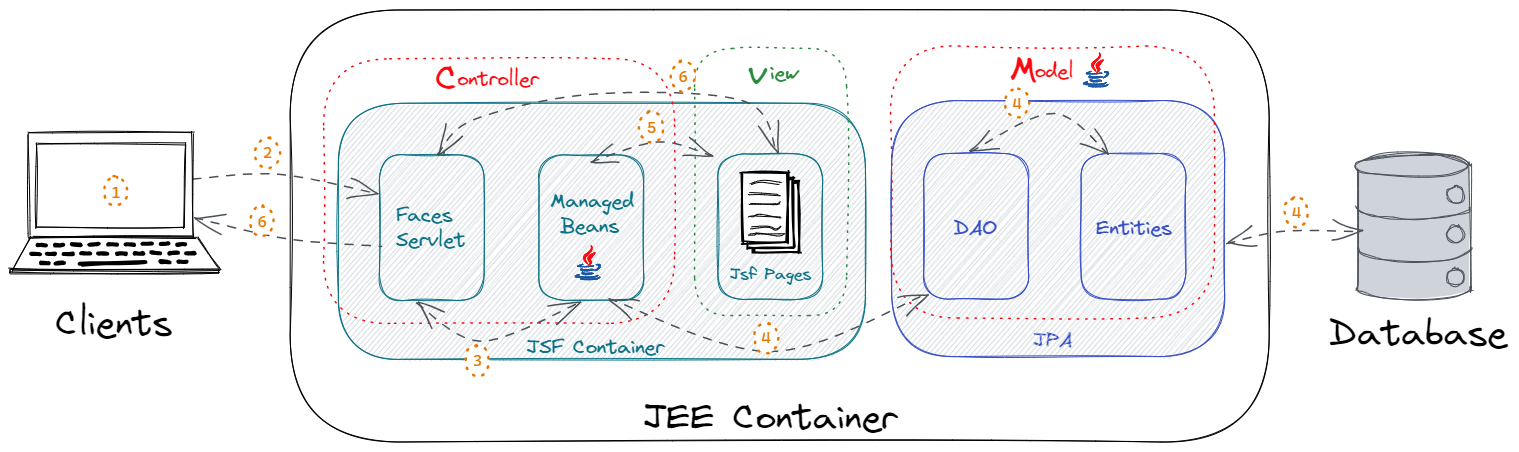
malouu/Diag_JEE keeps this Excalidraw diagram as MVC.excalidraw.png. Above is the earlier version. Source tidied: one line per element, renumbered; positions are measured from the earlier drawing's top-left corner, leaving out a move shared by most shapes.
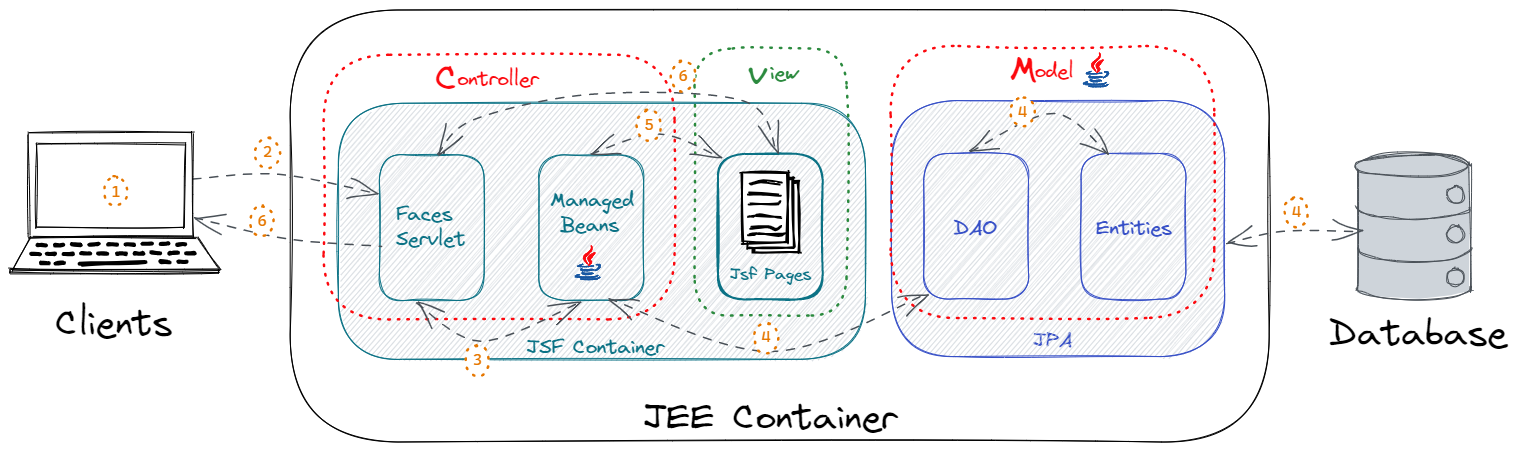
The same file after the commit.

What changed in the source:
```diff
@@ -13,6 +13,6 @@
 {"id": 12, "type": "text", "text": "Entities", "strokeColor": "#364fc7", "strokeWidth": 1, "roughness": 1, "fontSize": 20, "fontFamily": 1, "x": 1086, "y": 206, "width": 78, "height": 25}
-{"id": 13, "type": "text", "text": "JEE Container", "strokeColor": "#000000", "backgroundColor": "#ced4da", "fillStyle": "hachure", "strokeWidth": 1, "roughness": 1, "fontSize": 36, "fontFamily": 1, "x": 633, "y": 386, "width": 256, "height": 45}
+{"id": 13, "type": "text", "text": "JEE Container", "strokeColor": "#000000", "backgroundColor": "#ced4da", "fillStyle": "hachure", "strokeWidth": 1, "roughness": 1, "fontSize": 36, "fontFamily": 1, "x": 633, "y": 386, "width": 256, "height": 46}
-{"id": 14, "type": "rectangle", "strokeColor": "#fc090f", "strokeWidth": 1, "strokeStyle": "dotted", "roughness": 1, "x": 314, "y": 49, "width": 351, "height": 265}
+{"id": 14, "type": "rectangle", "strokeColor": "#fc090f", "strokeWidth": 2, "strokeStyle": "dotted", "roughness": 1, "x": 314, "y": 45, "width": 351, "height": 265}
 {"id": 15, "type": "text", "text": "ontroller", "strokeColor": "#fc090f", "strokeWidth": 1, "strokeStyle": "dotted", "roughness": 1, "fontSize": 20, "fontFamily": 1, "x": 447, "y": 57, "width": 83, "height": 25}
-{"id": 16, "type": "text", "text": "C", "strokeColor": "#fc090f", "strokeWidth": 1, "strokeStyle": "dotted", "roughness": 1, "fontSize": 36, "fontFamily": 1, "x": 425, "y": 47, "width": 25, "height": 45}
+{"id": 16, "type": "text", "text": "C", "strokeColor": "#fc090f", "strokeWidth": 1, "strokeStyle": "dotted", "roughness": 1, "fontSize": 36, "fontFamily": 1, "x": 425, "y": 47, "width": 25, "height": 46}
 {"id": 17, "type": "rectangle", "strokeColor": "#000000", "backgroundColor": "#fff", "fillStyle": "solid", "strokeWidth": 2, "roughness": 1, "x": 743, "y": 173, "width": 46, "height": 70}
@@ -20,14 +20,14 @@
 {"id": 19, "type": "rectangle", "strokeColor": "#000000", "backgroundColor": "#fff", "fillStyle": "solid", "strokeWidth": 2, "roughness": 1, "x": 732, "y": 163, "width": 46, "height": 70}
-{"id": 20, "type": "line", "strokeColor": "#000000", "backgroundColor": "#fff", "fillStyle": "solid", "strokeWidth": 1, "roughness": 1, "x": 740, "y": 194, "width": 30, "height": 2, "points": [[0, 0], [26, 0], [30, -2]]}
+{"id": 20, "type": "line", "strokeColor": "#000000", "backgroundColor": "#fff", "fillStyle": "solid", "strokeWidth": 2, "roughness": 1, "x": 740, "y": 194, "width": 30, "height": 2, "points": [[0, 0], [26, 0], [30, -2]]}
-{"id": 21, "type": "line", "strokeColor": "#000000", "backgroundColor": "#fff", "fillStyle": "solid", "strokeWidth": 1, "roughness": 1, "x": 741, "y": 174, "width": 30, "height": 2, "points": [[0, 0], [11, -2], [30, 0]]}
+{"id": 21, "type": "line", "strokeColor": "#000000", "backgroundColor": "#fff", "fillStyle": "solid", "strokeWidth": 2, "roughness": 1, "x": 741, "y": 174, "width": 30, "height": 2, "points": [[0, 0], [11, -2], [30, 0]]}
-{"id": 22, "type": "line", "strokeColor": "#000000", "backgroundColor": "#fff", "fillStyle": "solid", "strokeWidth": 1, "roughness": 1, "x": 741, "y": 218, "width": 31, "height": 3, "points": [[0, 0], [17, 0], [24, 2], [31, -1]]}
+{"id": 22, "type": "line", "strokeColor": "#000000", "backgroundColor": "#fff", "fillStyle": "solid", "strokeWidth": 2, "roughness": 1, "x": 741, "y": 218, "width": 31, "height": 3, "points": [[0, 0], [17, 0], [24, 2], [31, -1]]}
-{"id": 23, "type": "line", "strokeColor": "#000000", "backgroundColor": "#fff", "fillStyle": "solid", "strokeWidth": 1, "roughness": 1, "x": 739, "y": 225, "width": 35, "height": 2, "points": [[0, 0], [7, -1], [10, -1], [30, 0], [35, -1]]}
+{"id": 23, "type": "line", "strokeColor": "#000000", "backgroundColor": "#fff", "fillStyle": "solid", "strokeWidth": 2, "roughness": 1, "x": 739, "y": 225, "width": 35, "height": 2, "points": [[0, 0], [7, -1], [10, -1], [30, 0], [35, -1]]}
-{"id": 24, "type": "line", "strokeColor": "#000000", "backgroundColor": "#fff", "fillStyle": "solid", "strokeWidth": 1, "roughness": 1, "x": 739, "y": 184, "width": 30, "height": 2, "points": [[0, 0], [12, 0], [30, 1]]}
+{"id": 24, "type": "line", "strokeColor": "#000000", "backgroundColor": "#fff", "fillStyle": "solid", "strokeWidth": 2, "roughness": 1, "x": 739, "y": 184, "width": 30, "height": 2, "points": [[0, 0], [12, 0], [30, 1]]}
-{"id": 25, "type": "line", "strokeColor": "#000000", "backgroundColor": "#fff", "fillStyle": "solid", "strokeWidth": 1, "roughness": 1, "x": 739, "y": 206, "width": 30, "height": 2, "points": [[0, 0], [5, 1], [12, 0], [30, 1]]}
+{"id": 25, "type": "line", "strokeColor": "#000000", "backgroundColor": "#fff", "fillStyle": "solid", "strokeWidth": 2, "roughness": 1, "x": 739, "y": 206, "width": 30, "height": 2, "points": [[0, 0], [5, 1], [12, 0], [30, 1]]}
-{"id": 26, "type": "rectangle", "strokeColor": "#0b7285", "strokeWidth": 1, "roughness": 1, "x": 708, "y": 144, "width": 105, "height": 146}
+{"id": 26, "type": "rectangle", "strokeColor": "#0b7285", "strokeWidth": 2, "roughness": 1, "x": 708, "y": 144, "width": 105, "height": 146}
-{"id": 27, "type": "text", "text": "Jsf Pages", "strokeColor": "#0b7285", "strokeWidth": 1, "roughness": 1, "fontSize": 16, "fontFamily": 1, "x": 720, "y": 255, "width": 83, "height": 20}
+{"id": 27, "type": "text", "text": "Jsf Pages", "strokeColor": "#0b7285", "strokeWidth": 2, "roughness": 1, "fontSize": 16, "fontFamily": 1, "x": 720, "y": 255, "width": 83, "height": 20}
-{"id": 28, "type": "rectangle", "strokeColor": "#2b8a3e", "strokeWidth": 1, "strokeStyle": "dotted", "roughness": 1, "x": 685, "y": 38, "width": 152, "height": 267}
+{"id": 28, "type": "rectangle", "strokeColor": "#2b8a3e", "strokeWidth": 2, "strokeStyle": "dotted", "roughness": 1, "x": 685, "y": 38, "width": 152, "height": 267}
-{"id": 29, "type": "text", "text": "iew", "strokeColor": "#2b8a3e", "strokeWidth": 1, "strokeStyle": "dotted", "roughness": 1, "fontSize": 20, "fontFamily": 1, "x": 760, "y": 51, "width": 29, "height": 25}
+{"id": 29, "type": "text", "text": "iew", "strokeColor": "#2b8a3e", "strokeWidth": 2, "strokeStyle": "dotted", "roughness": 1, "fontSize": 20, "fontFamily": 1, "x": 760, "y": 51, "width": 30, "height": 25}
-{"id": 30, "type": "text", "text": "v", "strokeColor": "#2b8a3e", "strokeWidth": 1, "strokeStyle": "dotted", "roughness": 1, "fontSize": 36, "fontFamily": 1, "x": 738, "y": 42, "width": 21, "height": 45}
+{"id": 30, "type": "text", "text": "v", "strokeColor": "#2b8a3e", "strokeWidth": 2, "strokeStyle": "dotted", "roughness": 1, "fontSize": 36, "fontFamily": 1, "x": 738, "y": 42, "width": 21, "height": 46}
-{"id": 31, "type": "rectangle", "strokeColor": "#fc090f", "strokeWidth": 1, "strokeStyle": "dotted", "roughness": 1, "x": 881, "y": 36, "width": 324, "height": 272}
+{"id": 31, "type": "rectangle", "strokeColor": "#fc090f", "strokeWidth": 2, "strokeStyle": "dotted", "roughness": 1, "x": 881, "y": 36, "width": 324, "height": 272}
 {"id": 32, "type": "line", "strokeColor": "#1555a1", "backgroundColor": "#1555a1", "fillStyle": "solid", "strokeWidth": 1, "roughness": 0, "x": 1081, "y": 61, "width": 15, "height": 3, "points": [[0, 0], [-4, 2], [-4, 2], [4, 3], [11, 2], [4, 2], [0, 2], [-3, 2], [-2, 1], [0, 0]]}
@@ -41,3 +41,3 @@
 {"id": 40, "type": "text", "text": "odel", "strokeColor": "#fc090f", "strokeWidth": 1, "strokeStyle": "dotted", "roughness": 1, "fontSize": 20, "fontFamily": 1, "x": 1025, "y": 49, "width": 41, "height": 25}
-{"id": 41, "type": "text", "text": "M", "strokeColor": "#fc090f", "strokeWidth": 1, "strokeStyle": "dotted", "roughness": 1, "fontSize": 36, "fontFamily": 1, "x": 1000, "y": 38, "width": 30, "height": 45}
+{"id": 41, "type": "text", "text": "M", "strokeColor": "#fc090f", "strokeWidth": 1, "strokeStyle": "dotted", "roughness": 1, "fontSize": 36, "fontFamily": 1, "x": 1000, "y": 38, "width": 30, "height": 46}
 {"id": 42, "type": "line", "strokeColor": "#495057", "backgroundColor": "#ced4da", "fillStyle": "solid", "strokeWidth": 1, "roughness": 1, "x": 1348, "y": 155, "width": 113, "height": 146, "points": [[0, 0], [0, 111], [0, 123], [6, 129], [26, 133], [60, 135], [93, 132], [110, 127], [113, 122], [113, 112], [113, 9], [112, 0], [105, -6], [90, -9], [55, -12], [27, -10], [5, -5], [0, 0], [0, 0]]}
@@ -52,7 +52,7 @@
 {"id": 51, "type": "arrow", "strokeColor": "#495057", "backgroundColor": "#ced4da", "fillStyle": "hachure", "strokeWidth": 1, "strokeStyle": "dashed", "roughness": 1, "startArrowhead": "arrow", "endArrowhead": "arrow", "from": 4, "to": 5, "x": 434, "y": 143, "width": 0, "height": 0, "points": [[0, 0], [0, 0]]}
-{"id": 52, "type": "text", "text": "Clients", "strokeColor": "#000000", "backgroundColor": "#ced4da", "fillStyle": "hachure", "strokeWidth": 1, "strokeStyle": "dashed", "roughness": 1, "fontSize": 36, "fontFamily": 1, "x": 45, "y": 292, "width": 119, "height": 45}
+{"id": 52, "type": "text", "text": "Clients", "strokeColor": "#000000", "backgroundColor": "#ced4da", "fillStyle": "hachure", "strokeWidth": 1, "strokeStyle": "dashed", "roughness": 1, "fontSize": 36, "fontFamily": 1, "x": 45, "y": 292, "width": 119, "height": 46}
-{"id": 53, "type": "text", "text": "Database", "strokeColor": "#000000", "backgroundColor": "#ced4da", "fillStyle": "hachure", "strokeWidth": 1, "strokeStyle": "dashed", "roughness": 1, "fontSize": 36, "fontFamily": 1, "x": 1319, "y": 302, "width": 180, "height": 45}
+{"id": 53, "type": "text", "text": "Database", "strokeColor": "#000000", "backgroundColor": "#ced4da", "fillStyle": "hachure", "strokeWidth": 1, "strokeStyle": "dashed", "roughness": 1, "fontSize": 36, "fontFamily": 1, "x": 1319, "y": 302, "width": 180, "height": 46}
 {"id": 54, "type": "arrow", "strokeColor": "#495057", "backgroundColor": "#ced4da", "fillStyle": "hachure", "strokeWidth": 1, "strokeStyle": "dashed", "roughness": 1, "endArrowhead": "arrow", "from": 57, "to": 4, "x": 182, "y": 169, "width": 186, "height": 20, "points": [[0, 0], [86, -6], [186, 14]]}
 {"id": 55, "type": "arrow", "strokeColor": "#495057", "strokeWidth": 1, "strokeStyle": "dashed", "roughness": 1, "startArrowhead": "arrow", "endArrowhead": "arrow", "x": 599, "y": 289, "width": 319, "height": 59, "points": [[0, 0], [162, 53], [319, -6]]}
-{"id": 56, "type": "arrow", "strokeColor": "#495057", "strokeWidth": 1, "strokeStyle": "dashed", "roughness": 1, "startArrowhead": "arrow", "endArrowhead": "arrow", "to": 26, "x": 580, "y": 152, "width": 122, "height": 20, "points": [[0, 0], [68, -20], [122, -5]]}
+{"id": 56, "type": "arrow", "strokeColor": "#495057", "strokeWidth": 1, "strokeStyle": "dashed", "roughness": 1, "startArrowhead": "arrow", "endArrowhead": "arrow", "from": 6, "x": 580, "y": 144, "width": 131, "height": 24, "points": [[0, 0], [68, -20], [131, 4]]}
 {"id": 57, "type": "rectangle", "strokeColor": "#000000", "strokeWidth": 1, "roughness": 1, "x": 27, "y": 134, "width": 148, "height": 84}
@@ -96,19 +96,19 @@
 {"id": 95, "type": "ellipse", "strokeColor": "#e67700", "backgroundColor": "#fff", "fillStyle": "solid", "strokeWidth": 2, "strokeStyle": "dotted", "roughness": 1, "x": 94, "y": 167, "width": 24, "height": 29}
-{"id": 96, "type": "text", "text": "1", "strokeColor": "#e67700", "backgroundColor": "#fa5252", "fillStyle": "hachure", "strokeWidth": 1, "strokeStyle": "dashed", "roughness": 1, "fontSize": 16, "fontFamily": 3, "textAlign": "center", "verticalAlign": "middle", "inside": 95, "x": 100, "y": 172, "width": 11, "height": 20}
+{"id": 96, "type": "text", "text": "1", "strokeColor": "#e67700", "backgroundColor": "#fa5252", "fillStyle": "hachure", "strokeWidth": 1, "strokeStyle": "dashed", "roughness": 1, "fontSize": 16, "fontFamily": 3, "textAlign": "center", "verticalAlign": "middle", "inside": 95, "x": 100, "y": 172, "width": 11, "height": 19}
 {"id": 97, "type": "ellipse", "strokeColor": "#e67700", "backgroundColor": "#fff", "fillStyle": "solid", "strokeWidth": 2, "strokeStyle": "dotted", "roughness": 1, "x": 455, "y": 335, "width": 24, "height": 30}
-{"id": 98, "type": "text", "text": "3", "strokeColor": "#e67700", "backgroundColor": "#fa5252", "fillStyle": "hachure", "strokeWidth": 1, "strokeStyle": "dashed", "roughness": 1, "fontSize": 16, "fontFamily": 3, "textAlign": "center", "verticalAlign": "middle", "inside": 97, "x": 462, "y": 340, "width": 11, "height": 20}
+{"id": 98, "type": "text", "text": "3", "strokeColor": "#e67700", "backgroundColor": "#fa5252", "fillStyle": "hachure", "strokeWidth": 1, "strokeStyle": "dashed", "roughness": 1, "fontSize": 16, "fontFamily": 3, "textAlign": "center", "verticalAlign": "middle", "inside": 97, "x": 462, "y": 340, "width": 11, "height": 19}
 {"id": 99, "type": "arrow", "strokeColor": "#495057", "strokeWidth": 1, "strokeStyle": "dashed", "roughness": 1, "startArrowhead": "arrow", "endArrowhead": "arrow", "from": 4, "to": 6, "x": 407, "y": 294, "width": 162, "height": 39, "points": [[0, 0], [65, 37], [162, -2]]}
 {"id": 100, "type": "ellipse", "strokeColor": "#e67700", "backgroundColor": "#fff", "fillStyle": "solid", "strokeWidth": 2, "strokeStyle": "dotted", "roughness": 1, "x": 744, "y": 312, "width": 24, "height": 30}
-{"id": 101, "type": "text", "text": "4", "strokeColor": "#e67700", "backgroundColor": "#fa5252", "fillStyle": "hachure", "strokeWidth": 1, "strokeStyle": "dashed", "roughness": 1, "fontSize": 16, "fontFamily": 3, "textAlign": "center", "verticalAlign": "middle", "inside": 100, "x": 750, "y": 317, "width": 11, "height": 20}
+{"id": 101, "type": "text", "text": "4", "strokeColor": "#e67700", "backgroundColor": "#fa5252", "fillStyle": "hachure", "strokeWidth": 1, "strokeStyle": "dashed", "roughness": 1, "fontSize": 16, "fontFamily": 3, "textAlign": "center", "verticalAlign": "middle", "inside": 100, "x": 750, "y": 317, "width": 11, "height": 19}
 {"id": 102, "type": "ellipse", "strokeColor": "#e67700", "backgroundColor": "#fff", "fillStyle": "solid", "strokeWidth": 2, "strokeStyle": "dotted", "roughness": 1, "x": 246, "y": 127, "width": 24, "height": 30}
-{"id": 103, "type": "text", "text": "2", "strokeColor": "#e67700", "backgroundColor": "#fa5252", "fillStyle": "hachure", "strokeWidth": 1, "strokeStyle": "dashed", "roughness": 1, "fontSize": 16, "fontFamily": 3, "textAlign": "center", "verticalAlign": "middle", "inside": 102, "x": 252, "y": 132, "width": 11, "height": 20}
+{"id": 103, "type": "text", "text": "2", "strokeColor": "#e67700", "backgroundColor": "#fa5252", "fillStyle": "hachure", "strokeWidth": 1, "strokeStyle": "dashed", "roughness": 1, "fontSize": 16, "fontFamily": 3, "textAlign": "center", "verticalAlign": "middle", "inside": 102, "x": 252, "y": 132, "width": 11, "height": 19}
-{"id": 104, "type": "ellipse", "strokeColor": "#e67700", "backgroundColor": "#fff", "fillStyle": "solid", "strokeWidth": 2, "strokeStyle": "dotted", "roughness": 1, "x": 629, "y": 102, "width": 24, "height": 30}
+{"id": 104, "type": "ellipse", "strokeColor": "#e67700", "backgroundColor": "#fff", "fillStyle": "solid", "strokeWidth": 2, "strokeStyle": "dotted", "roughness": 1, "x": 627, "y": 100, "width": 24, "height": 30}
-{"id": 105, "type": "text", "text": "5", "strokeColor": "#e67700", "backgroundColor": "#fa5252", "fillStyle": "hachure", "strokeWidth": 1, "strokeStyle": "dashed", "roughness": 1, "fontSize": 16, "fontFamily": 3, "textAlign": "center", "verticalAlign": "middle", "inside": 104, "x": 636, "y": 107, "width": 11, "height": 20}
+{"id": 105, "type": "text", "text": "5", "strokeColor": "#e67700", "backgroundColor": "#fa5252", "fillStyle": "hachure", "strokeWidth": 1, "strokeStyle": "dashed", "roughness": 1, "fontSize": 16, "fontFamily": 3, "textAlign": "center", "verticalAlign": "middle", "inside": 104, "x": 633, "y": 105, "width": 11, "height": 19}
 {"id": 106, "type": "ellipse", "strokeColor": "#e67700", "backgroundColor": "#fff", "fillStyle": "solid", "strokeWidth": 2, "strokeStyle": "dotted", "roughness": 1, "x": 661, "y": 51, "width": 24, "height": 30}
-{"id": 107, "type": "text", "text": "6", "strokeColor": "#e67700", "backgroundColor": "#fa5252", "fillStyle": "hachure", "strokeWidth": 1, "strokeStyle": "dashed", "roughness": 1, "fontSize": 16, "fontFamily": 3, "textAlign": "center", "verticalAlign": "middle", "inside": 106, "x": 668, "y": 56, "width": 11, "height": 20}
+{"id": 107, "type": "text", "text": "6", "strokeColor": "#e67700", "backgroundColor": "#fa5252", "fillStyle": "hachure", "strokeWidth": 1, "strokeStyle": "dashed", "roughness": 1, "fontSize": 16, "fontFamily": 3, "textAlign": "center", "verticalAlign": "middle", "inside": 106, "x": 668, "y": 56, "width": 11, "height": 19}
 {"id": 108, "type": "ellipse", "strokeColor": "#e67700", "backgroundColor": "#fff", "fillStyle": "solid", "strokeWidth": 2, "strokeStyle": "dotted", "roughness": 1, "x": 240, "y": 196, "width": 24, "height": 30}
-{"id": 109, "type": "text", "text": "6", "strokeColor": "#e67700", "backgroundColor": "#fa5252", "fillStyle": "hachure", "strokeWidth": 1, "strokeStyle": "dashed", "roughness": 1, "fontSize": 16, "fontFamily": 3, "textAlign": "center", "verticalAlign": "middle", "inside": 108, "x": 247, "y": 201, "width": 11, "height": 20}
+{"id": 109, "type": "text", "text": "6", "strokeColor": "#e67700", "backgroundColor": "#fa5252", "fillStyle": "hachure", "strokeWidth": 1, "strokeStyle": "dashed", "roughness": 1, "fontSize": 16, "fontFamily": 3, "textAlign": "center", "verticalAlign": "middle", "inside": 108, "x": 247, "y": 201, "width": 11, "height": 19}
-{"id": 110, "type": "ellipse", "strokeColor": "#e67700", "backgroundColor": "#fff", "fillStyle": "solid", "strokeWidth": 2, "strokeStyle": "dotted", "roughness": 1, "x": 995, "y": 78, "width": 24, "height": 30}
+{"id": 110, "type": "ellipse", "strokeColor": "#e67700", "backgroundColor": "#fff", "fillStyle": "solid", "strokeWidth": 2, "strokeStyle": "dotted", "roughness": 1, "x": 1000, "y": 87, "width": 24, "height": 30}
-{"id": 111, "type": "text", "text": "4", "strokeColor": "#e67700", "backgroundColor": "#fa5252", "fillStyle": "hachure", "strokeWidth": 1, "strokeStyle": "dashed", "roughness": 1, "fontSize": 16, "fontFamily": 3, "textAlign": "center", "verticalAlign": "middle", "inside": 110, "x": 1001, "y": 83, "width": 11, "height": 20}
+{"id": 111, "type": "text", "text": "4", "strokeColor": "#e67700", "backgroundColor": "#fa5252", "fillStyle": "hachure", "strokeWidth": 1, "strokeStyle": "dashed", "roughness": 1, "fontSize": 16, "fontFamily": 3, "textAlign": "center", "verticalAlign": "middle", "inside": 110, "x": 1007, "y": 92, "width": 11, "height": 19}
 {"id": 112, "type": "ellipse", "strokeColor": "#e67700", "backgroundColor": "#fff", "fillStyle": "solid", "strokeWidth": 2, "strokeStyle": "dotted", "roughness": 1, "x": 1274, "y": 187, "width": 24, "height": 30}
-{"id": 113, "type": "text", "text": "4", "strokeColor": "#e67700", "backgroundColor": "#fa5252", "fillStyle": "hachure", "strokeWidth": 1, "strokeStyle": "dashed", "roughness": 1, "fontSize": 16, "fontFamily": 3, "textAlign": "center", "verticalAlign": "middle", "inside": 112, "x": 1281, "y": 192, "width": 11, "height": 20}
+{"id": 113, "type": "text", "text": "4", "strokeColor": "#e67700", "backgroundColor": "#fa5252", "fillStyle": "hachure", "strokeWidth": 1, "strokeStyle": "dashed", "roughness": 1, "fontSize": 16, "fontFamily": 3, "textAlign": "center", "verticalAlign": "middle", "inside": 112, "x": 1281, "y": 192, "width": 11, "height": 19}
```
